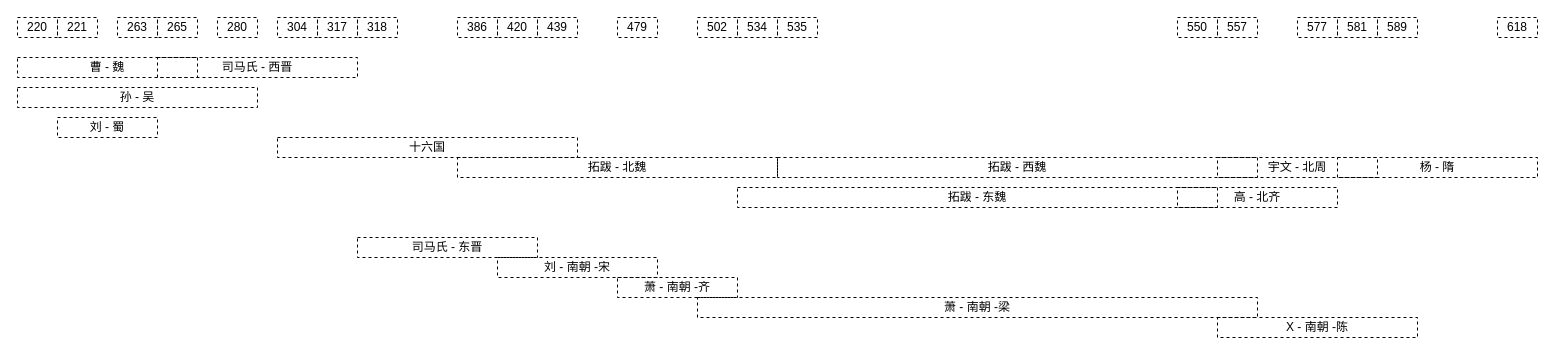
gaochunf/fancy-world-events keeps this draw.io diagram as links/三国两晋南北朝.drawio. Above is the earlier version. Source tidied: cells renumbered, new cells numbered last; positions are measured from the earlier drawing's top-left corner, leaving out a move shared by most shapes. Both pictures are drawn from the tidied source at 100%, with x=0, y=0 at pixel (17, 17).
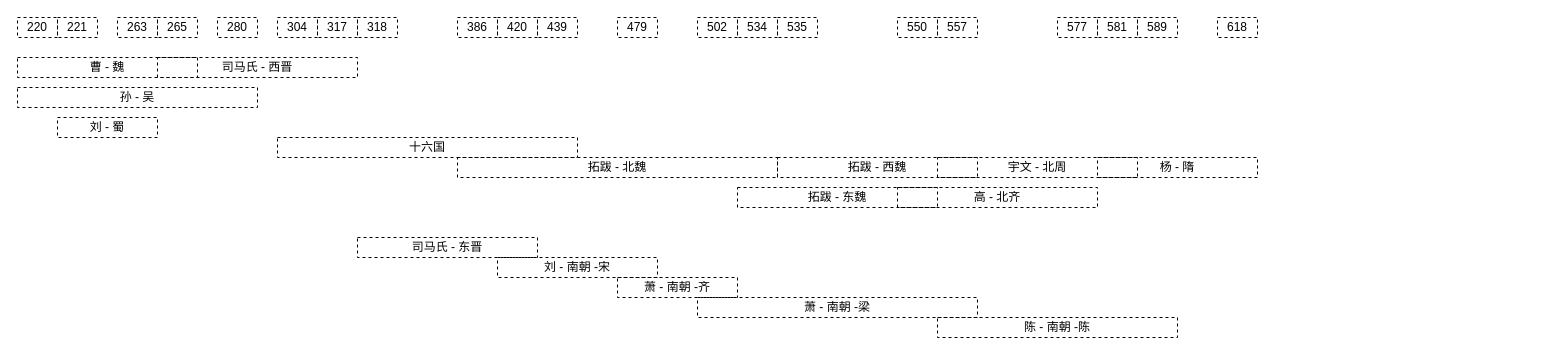
The same page after the edit.

Change to the diagram source:
```diff
@@
     <mxCell id="23" value="拓跋 - 西魏" style="rounded=0;whiteSpace=wrap;html=1;dashed=1;fillColor=none;" parent="1" vertex="1">
-      <mxGeometry x="760" y="140" width="480" height="20" as="geometry" />
+      <mxGeometry x="760" y="140" width="200" height="20" as="geometry" />
     </mxCell>
     <mxCell id="24" value="拓跋 - 东魏" style="rounded=0;whiteSpace=wrap;html=1;dashed=1;fillColor=none;" parent="1" vertex="1">
-      <mxGeometry x="720" y="170" width="480" height="20" as="geometry" />
+      <mxGeometry x="720" y="170" width="200" height="20" as="geometry" />
     </mxCell>
@@
     <mxCell id="26" value="557" style="rounded=0;whiteSpace=wrap;html=1;dashed=1;fillColor=none;" parent="1" vertex="1">
-      <mxGeometry x="1200" width="40" height="20" as="geometry" />
+      <mxGeometry x="920" width="40" height="20" as="geometry" />
     </mxCell>
     <mxCell id="27" value="550" style="rounded=0;whiteSpace=wrap;html=1;dashed=1;fillColor=none;" parent="1" vertex="1">
-      <mxGeometry x="1160" width="40" height="20" as="geometry" />
+      <mxGeometry x="880" width="40" height="20" as="geometry" />
     </mxCell>
@@
     <mxCell id="30" value="萧 - 南朝 -梁" style="rounded=0;whiteSpace=wrap;html=1;dashed=1;fillColor=none;" parent="1" vertex="1">
-      <mxGeometry x="680" y="280" width="560" height="20" as="geometry" />
+      <mxGeometry x="680" y="280" width="280" height="20" as="geometry" />
     </mxCell>
     <mxCell id="31" value="589" style="rounded=0;whiteSpace=wrap;html=1;dashed=1;fillColor=none;" parent="1" vertex="1">
-      <mxGeometry x="1360" width="40" height="20" as="geometry" />
+      <mxGeometry x="1120" width="40" height="20" as="geometry" />
     </mxCell>
-    <mxCell id="32" value="X - 南朝 -陈" style="rounded=0;whiteSpace=wrap;html=1;dashed=1;fillColor=none;" parent="1" vertex="1">
-      <mxGeometry x="1200" y="300" width="200" height="20" as="geometry" />
+    <mxCell id="32" value="陈 - 南朝 -陈" style="rounded=0;whiteSpace=wrap;html=1;dashed=1;fillColor=none;" parent="1" vertex="1">
+      <mxGeometry x="920" y="300" width="240" height="20" as="geometry" />
     </mxCell>
     <mxCell id="33" value="581" style="rounded=0;whiteSpace=wrap;html=1;dashed=1;fillColor=none;" parent="1" vertex="1">
-      <mxGeometry x="1320" width="40" height="20" as="geometry" />
+      <mxGeometry x="1080" width="40" height="20" as="geometry" />
     </mxCell>
     <mxCell id="34" value="577" style="rounded=0;whiteSpace=wrap;html=1;dashed=1;fillColor=none;" parent="1" vertex="1">
-      <mxGeometry x="1280" width="40" height="20" as="geometry" />
+      <mxGeometry x="1040" width="40" height="20" as="geometry" />
     </mxCell>
     <mxCell id="35" value="宇文 - 北周" style="rounded=0;whiteSpace=wrap;html=1;dashed=1;fillColor=none;" parent="1" vertex="1">
-      <mxGeometry x="1200" y="140" width="160" height="20" as="geometry" />
+      <mxGeometry x="920" y="140" width="200" height="20" as="geometry" />
     </mxCell>
     <mxCell id="36" value="高 - 北齐" style="rounded=0;whiteSpace=wrap;html=1;dashed=1;fillColor=none;" parent="1" vertex="1">
-      <mxGeometry x="1160" y="170" width="160" height="20" as="geometry" />
+      <mxGeometry x="880" y="170" width="200" height="20" as="geometry" />
     </mxCell>
     <mxCell id="37" value="618" style="rounded=0;whiteSpace=wrap;html=1;dashed=1;fillColor=none;" parent="1" vertex="1">
-      <mxGeometry x="1480" width="40" height="20" as="geometry" />
+      <mxGeometry x="1200" width="40" height="20" as="geometry" />
     </mxCell>
     <mxCell id="38" value="杨 - 隋" style="rounded=0;whiteSpace=wrap;html=1;dashed=1;fillColor=none;" parent="1" vertex="1">
-      <mxGeometry x="1320" y="140" width="200" height="20" as="geometry" />
+      <mxGeometry x="1080" y="140" width="160" height="20" as="geometry" />
     </mxCell>
```
